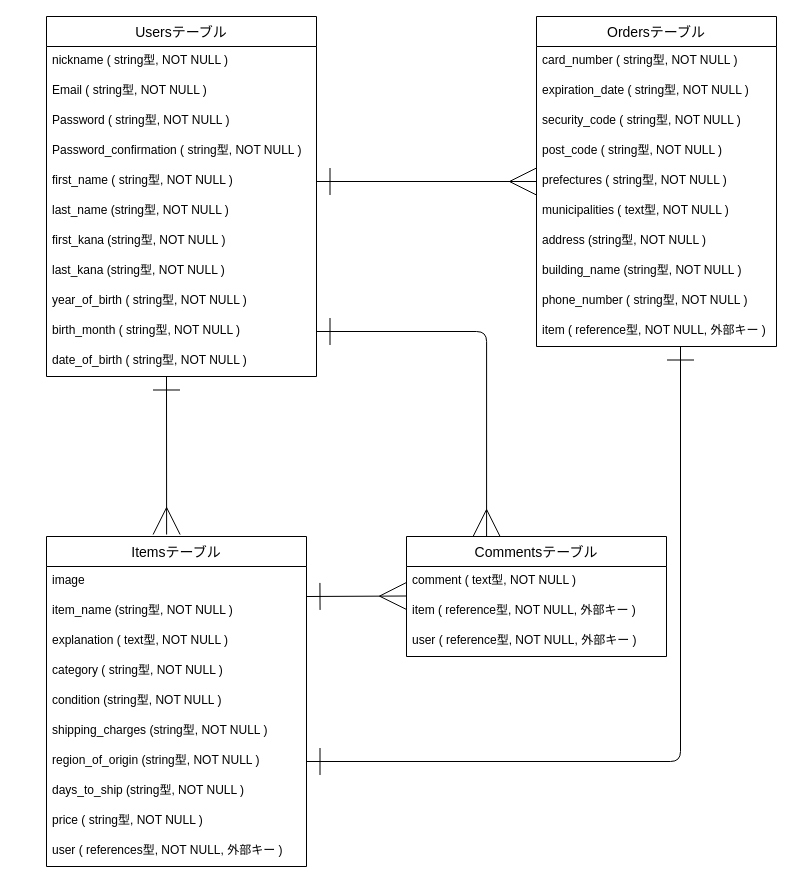
The draw.io diagram test.dio in mk-ci/furima-38573, before the edit. Source tidied: cells renumbered, new cells numbered last; positions are measured from the earlier drawing's top-left corner, leaving out a move shared by most shapes. Both pictures are drawn from the tidied source at 100%, with x=0, y=0 at pixel (46, 16).
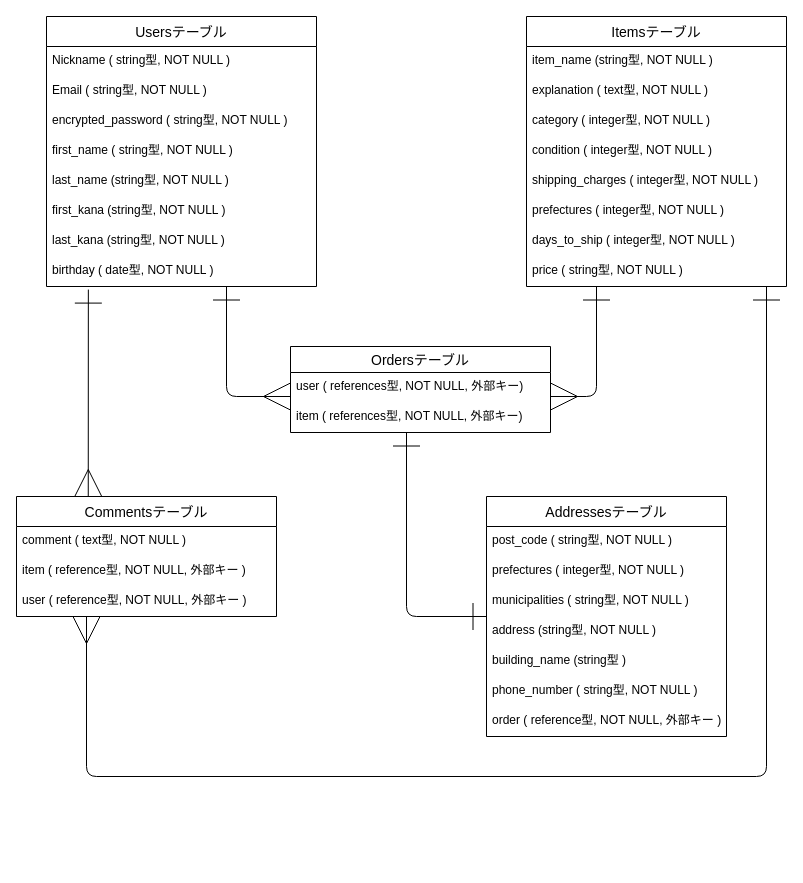
Above is the later version.

Commit message (it also covers changes not shown here):
データベース設計修正1

The edit, as a diff of the source:
```diff
@@
     <mxCell id="2" value="Usersテーブル" style="swimlane;fontStyle=0;horizontal=1;startSize=30;align=center;fontSize=14;" parent="1" vertex="1">
-      <mxGeometry width="270" height="360" as="geometry" />
+      <mxGeometry width="270" height="270" as="geometry" />
     </mxCell>
-    <mxCell id="3" value="nickname ( string型, NOT NULL )" style="text;strokeColor=none;fillColor=none;spacingLeft=4;spacingRight=4;overflow=hidden;fontSize=12;" parent="2" vertex="1">
+    <mxCell id="3" value="Nickname ( string型, NOT NULL )" style="text;strokeColor=none;fillColor=none;spacingLeft=4;spacingRight=4;overflow=hidden;fontSize=12;" parent="2" vertex="1">
       <mxGeometry y="30" width="270" height="30" as="geometry" />
     </mxCell>
@@
-    <mxCell id="5" value="Password ( string型, NOT NULL )" style="text;strokeColor=none;fillColor=none;spacingLeft=4;spacingRight=4;overflow=hidden;fontSize=12;" parent="2" vertex="1">
+    <mxCell id="5" value="encrypted_password ( string型, NOT NULL )" style="text;strokeColor=none;fillColor=none;spacingLeft=4;spacingRight=4;overflow=hidden;fontSize=12;" parent="2" vertex="1">
       <mxGeometry y="90" width="270" height="30" as="geometry" />
     </mxCell>
-    <mxCell id="6" value="Password_confirmation ( string型, NOT NULL )" style="text;strokeColor=none;fillColor=none;spacingLeft=4;spacingRight=4;overflow=hidden;fontSize=12;" parent="2" vertex="1">
-      <mxGeometry y="120" width="270" height="30" as="geometry" />
-    </mxCell>
     <mxCell id="7" value="first_name ( string型, NOT NULL )" style="text;strokeColor=none;fillColor=none;spacingLeft=4;spacingRight=4;overflow=hidden;points=[[0,0.5],[1,0.5]];portConstraint=eastwest;fontSize=12;" parent="2" vertex="1">
-      <mxGeometry y="150" width="270" height="30" as="geometry" />
+      <mxGeometry y="120" width="270" height="30" as="geometry" />
     </mxCell>
     <mxCell id="8" value="last_name (string型, NOT NULL )" style="text;strokeColor=none;fillColor=none;spacingLeft=4;spacingRight=4;overflow=hidden;fontSize=12;" parent="2" vertex="1">
-      <mxGeometry y="180" width="270" height="30" as="geometry" />
+      <mxGeometry y="150" width="270" height="30" as="geometry" />
     </mxCell>
     <mxCell id="9" value="first_kana (string型, NOT NULL )" style="text;strokeColor=none;fillColor=none;spacingLeft=4;spacingRight=4;overflow=hidden;fontSize=12;" parent="2" vertex="1">
-      <mxGeometry y="210" width="270" height="30" as="geometry" />
+      <mxGeometry y="180" width="270" height="30" as="geometry" />
     </mxCell>
     <mxCell id="10" value="last_kana (string型, NOT NULL )" style="text;strokeColor=none;fillColor=none;spacingLeft=4;spacingRight=4;overflow=hidden;fontSize=12;" parent="2" vertex="1">
-      <mxGeometry y="240" width="270" height="30" as="geometry" />
+      <mxGeometry y="210" width="270" height="30" as="geometry" />
     </mxCell>
-    <mxCell id="11" value="year_of_birth ( string型, NOT NULL )" style="text;strokeColor=none;fillColor=none;spacingLeft=4;spacingRight=4;overflow=hidden;points=[[0,0.5],[1,0.5]];portConstraint=eastwest;fontSize=12;" parent="2" vertex="1">
-      <mxGeometry y="270" width="270" height="30" as="geometry" />
+    <mxCell id="11" value="birthday ( date型, NOT NULL )" style="text;strokeColor=none;fillColor=none;spacingLeft=4;spacingRight=4;overflow=hidden;points=[[0,0.5],[1,0.5]];portConstraint=eastwest;fontSize=12;" parent="2" vertex="1">
+      <mxGeometry y="240" width="270" height="30" as="geometry" />
     </mxCell>
-    <mxCell id="12" value="birth_month ( string型, NOT NULL )" style="text;strokeColor=none;fillColor=none;spacingLeft=4;spacingRight=4;overflow=hidden;points=[[0,0.5],[1,0.5]];portConstraint=eastwest;fontSize=12;" parent="2" vertex="1">
-      <mxGeometry y="300" width="270" height="30" as="geometry" />
-    </mxCell>
-    <mxCell id="13" value="date_of_birth ( string型, NOT NULL )" style="text;strokeColor=none;fillColor=none;spacingLeft=4;spacingRight=4;overflow=hidden;fontSize=12;" parent="2" vertex="1">
-      <mxGeometry y="330" width="270" height="30" as="geometry" />
-    </mxCell>
     <mxCell id="14" value="Itemsテーブル" style="swimlane;fontStyle=0;horizontal=1;startSize=30;align=center;fontSize=14;" parent="1" vertex="1">
-      <mxGeometry y="520" width="260" height="330" as="geometry" />
+      <mxGeometry x="480" width="260" height="270" as="geometry" />
     </mxCell>
-    <mxCell id="15" value="image" style="text;strokeColor=none;fillColor=none;spacingLeft=4;spacingRight=4;overflow=hidden;fontSize=12;" parent="14" vertex="1">
-      <mxGeometry y="30" width="260" height="30" as="geometry" />
-    </mxCell>
     <mxCell id="16" value="item_name (string型, NOT NULL )" style="text;strokeColor=none;fillColor=none;spacingLeft=4;spacingRight=4;overflow=hidden;fontSize=12;" parent="14" vertex="1">
-      <mxGeometry y="60" width="260" height="30" as="geometry" />
+      <mxGeometry y="30" width="260" height="30" as="geometry" />
     </mxCell>
     <mxCell id="17" value="explanation ( text型, NOT NULL )" style="text;strokeColor=none;fillColor=none;spacingLeft=4;spacingRight=4;overflow=hidden;fontSize=12;" parent="14" vertex="1">
-      <mxGeometry y="90" width="260" height="30" as="geometry" />
+      <mxGeometry y="60" width="260" height="30" as="geometry" />
     </mxCell>
-    <mxCell id="18" value="category ( string型, NOT NULL )" style="text;strokeColor=none;fillColor=none;spacingLeft=4;spacingRight=4;overflow=hidden;fontSize=12;" parent="14" vertex="1">
-      <mxGeometry y="120" width="260" height="30" as="geometry" />
+    <mxCell id="18" value="category ( integer型, NOT NULL )" style="text;strokeColor=none;fillColor=none;spacingLeft=4;spacingRight=4;overflow=hidden;fontSize=12;" parent="14" vertex="1">
+      <mxGeometry y="90" width="260" height="30" as="geometry" />
     </mxCell>
-    <mxCell id="19" value="condition (string型, NOT NULL )" style="text;strokeColor=none;fillColor=none;spacingLeft=4;spacingRight=4;overflow=hidden;fontSize=12;" parent="14" vertex="1">
-      <mxGeometry y="150" width="260" height="30" as="geometry" />
+    <mxCell id="19" value="condition ( integer型, NOT NULL )" style="text;strokeColor=none;fillColor=none;spacingLeft=4;spacingRight=4;overflow=hidden;fontSize=12;" parent="14" vertex="1">
+      <mxGeometry y="120" width="260" height="30" as="geometry" />
     </mxCell>
-    <mxCell id="20" value="shipping_charges (string型, NOT NULL )" style="text;strokeColor=none;fillColor=none;spacingLeft=4;spacingRight=4;overflow=hidden;fontSize=12;" parent="14" vertex="1">
-      <mxGeometry y="180" width="260" height="30" as="geometry" />
+    <mxCell id="20" value="shipping_charges ( integer型, NOT NULL )" style="text;strokeColor=none;fillColor=none;spacingLeft=4;spacingRight=4;overflow=hidden;fontSize=12;" parent="14" vertex="1">
+      <mxGeometry y="150" width="260" height="30" as="geometry" />
     </mxCell>
-    <mxCell id="21" value="region_of_origin (string型, NOT NULL )" style="text;strokeColor=none;fillColor=none;spacingLeft=4;spacingRight=4;overflow=hidden;points=[[0,0.5],[1,0.5]];portConstraint=eastwest;fontSize=12;" parent="14" vertex="1">
-      <mxGeometry y="210" width="260" height="30" as="geometry" />
+    <mxCell id="21" value="prefectures ( integer型, NOT NULL )" style="text;strokeColor=none;fillColor=none;spacingLeft=4;spacingRight=4;overflow=hidden;points=[[0,0.5],[1,0.5]];portConstraint=eastwest;fontSize=12;" parent="14" vertex="1">
+      <mxGeometry y="180" width="260" height="30" as="geometry" />
     </mxCell>
-    <mxCell id="22" value="days_to_ship (string型, NOT NULL )" style="text;strokeColor=none;fillColor=none;spacingLeft=4;spacingRight=4;overflow=hidden;fontSize=12;" parent="14" vertex="1">
-      <mxGeometry y="240" width="260" height="30" as="geometry" />
+    <mxCell id="22" value="days_to_ship ( integer型, NOT NULL )" style="text;strokeColor=none;fillColor=none;spacingLeft=4;spacingRight=4;overflow=hidden;fontSize=12;" parent="14" vertex="1">
+      <mxGeometry y="210" width="260" height="30" as="geometry" />
     </mxCell>
     <mxCell id="23" value="price ( string型, NOT NULL )" style="text;strokeColor=none;fillColor=none;spacingLeft=4;spacingRight=4;overflow=hidden;fontSize=12;" parent="14" vertex="1">
-      <mxGeometry y="270" width="260" height="30" as="geometry" />
+      <mxGeometry y="240" width="260" height="30" as="geometry" />
     </mxCell>
-    <mxCell id="24" value="user ( references型, NOT NULL, 外部キー )" style="text;strokeColor=none;fillColor=none;spacingLeft=4;spacingRight=4;overflow=hidden;fontSize=12;" parent="14" vertex="1">
-      <mxGeometry y="300" width="260" height="30" as="geometry" />
-    </mxCell>
     <mxCell id="25" value="Commentsテーブル" style="swimlane;fontStyle=0;horizontal=1;startSize=30;align=center;fontSize=14;direction=east;" parent="1" vertex="1">
-      <mxGeometry x="360" y="520" width="260" height="120" as="geometry" />
+      <mxGeometry x="-30" y="480" width="260" height="120" as="geometry" />
     </mxCell>
@@
-    <mxCell id="29" value="Ordersテーブル" style="swimlane;fontStyle=0;horizontal=1;startSize=30;align=center;fontSize=14;" parent="1" vertex="1">
-      <mxGeometry x="490" width="240" height="330" as="geometry" />
+    <mxCell id="29" value="Addressesテーブル" style="swimlane;fontStyle=0;horizontal=1;startSize=30;align=center;fontSize=14;" parent="1" vertex="1">
+      <mxGeometry x="440" y="480" width="240" height="240" as="geometry" />
     </mxCell>
-    <mxCell id="30" value="card_number ( string型, NOT NULL )" style="text;strokeColor=none;fillColor=none;spacingLeft=4;spacingRight=4;overflow=hidden;fontSize=12;" parent="29" vertex="1">
-      <mxGeometry y="30" width="240" height="30" as="geometry" />
-    </mxCell>
-    <mxCell id="31" value="expiration_date ( string型, NOT NULL )" style="text;strokeColor=none;fillColor=none;spacingLeft=4;spacingRight=4;overflow=hidden;fontSize=12;" parent="29" vertex="1">
-      <mxGeometry y="60" width="240" height="30" as="geometry" />
-    </mxCell>
-    <mxCell id="32" value="security_code ( string型, NOT NULL )" style="text;strokeColor=none;fillColor=none;spacingLeft=4;spacingRight=4;overflow=hidden;fontSize=12;" parent="29" vertex="1">
-      <mxGeometry y="90" width="240" height="30" as="geometry" />
-    </mxCell>
     <mxCell id="33" value="post_code ( string型, NOT NULL )" style="text;strokeColor=none;fillColor=none;spacingLeft=4;spacingRight=4;overflow=hidden;fontSize=12;" parent="29" vertex="1">
-      <mxGeometry y="120" width="240" height="30" as="geometry" />
+      <mxGeometry y="30" width="240" height="30" as="geometry" />
     </mxCell>
-    <mxCell id="34" value="prefectures ( string型, NOT NULL )" style="text;strokeColor=none;fillColor=none;spacingLeft=4;spacingRight=4;overflow=hidden;points=[[0,0.5],[1,0.5]];portConstraint=eastwest;fontSize=12;" parent="29" vertex="1">
-      <mxGeometry y="150" width="240" height="30" as="geometry" />
+    <mxCell id="34" value="prefectures ( integer型, NOT NULL )" style="text;strokeColor=none;fillColor=none;spacingLeft=4;spacingRight=4;overflow=hidden;points=[[0,0.5],[1,0.5]];portConstraint=eastwest;fontSize=12;" parent="29" vertex="1">
+      <mxGeometry y="60" width="240" height="30" as="geometry" />
     </mxCell>
-    <mxCell id="35" value="municipalities ( text型, NOT NULL )" style="text;strokeColor=none;fillColor=none;spacingLeft=4;spacingRight=4;overflow=hidden;fontSize=12;" parent="29" vertex="1">
-      <mxGeometry y="180" width="240" height="30" as="geometry" />
+    <mxCell id="35" value="municipalities ( string型, NOT NULL )" style="text;strokeColor=none;fillColor=none;spacingLeft=4;spacingRight=4;overflow=hidden;fontSize=12;" parent="29" vertex="1">
+      <mxGeometry y="90" width="240" height="30" as="geometry" />
     </mxCell>
     <mxCell id="36" value="address (string型, NOT NULL )" style="text;strokeColor=none;fillColor=none;spacingLeft=4;spacingRight=4;overflow=hidden;fontSize=12;" parent="29" vertex="1">
-      <mxGeometry y="210" width="240" height="30" as="geometry" />
+      <mxGeometry y="120" width="240" height="30" as="geometry" />
     </mxCell>
-    <mxCell id="37" value="building_name (string型, NOT NULL )" style="text;strokeColor=none;fillColor=none;spacingLeft=4;spacingRight=4;overflow=hidden;fontSize=12;" parent="29" vertex="1">
-      <mxGeometry y="240" width="240" height="30" as="geometry" />
+    <mxCell id="37" value="building_name (string型 )" style="text;strokeColor=none;fillColor=none;spacingLeft=4;spacingRight=4;overflow=hidden;fontSize=12;" parent="29" vertex="1">
+      <mxGeometry y="150" width="240" height="30" as="geometry" />
     </mxCell>
     <mxCell id="38" value="phone_number ( string型, NOT NULL )" style="text;strokeColor=none;fillColor=none;spacingLeft=4;spacingRight=4;overflow=hidden;fontSize=12;" parent="29" vertex="1">
-      <mxGeometry y="270" width="240" height="30" as="geometry" />
+      <mxGeometry y="180" width="240" height="30" as="geometry" />
     </mxCell>
-    <mxCell id="39" value="item ( reference型, NOT NULL, 外部キー )" style="text;strokeColor=none;fillColor=none;spacingLeft=4;spacingRight=4;overflow=hidden;points=[[0,0.5],[1,0.5]];portConstraint=eastwest;fontSize=12;" parent="29" vertex="1">
-      <mxGeometry y="300" width="240" height="30" as="geometry" />
+    <mxCell id="39" value="order ( reference型, NOT NULL, 外部キー )" style="text;strokeColor=none;fillColor=none;spacingLeft=4;spacingRight=4;overflow=hidden;points=[[0,0.5],[1,0.5]];portConstraint=eastwest;fontSize=12;" parent="29" vertex="1">
+      <mxGeometry y="210" width="240" height="30" as="geometry" />
     </mxCell>
-    <mxCell id="40" style="edgeStyle=none;html=1;exitX=1;exitY=0.5;exitDx=0;exitDy=0;entryX=0;entryY=0.5;entryDx=0;entryDy=0;endArrow=ERmany;endFill=0;strokeWidth=1;startArrow=ERone;startFill=0;targetPerimeterSpacing=0;endSize=25;startSize=25;" parent="1" edge="1" source="7" target="34">
-      <mxGeometry relative="1" as="geometry" />
-    </mxCell>
-    <mxCell id="41" style="edgeStyle=none;html=1;endArrow=ERmany;endFill=0;startArrow=ERone;startFill=0;endSize=25;startSize=25;" parent="1" edge="1">
-      <mxGeometry relative="1" as="geometry">
-        <mxPoint x="260" y="580" as="sourcePoint" />
-        <mxPoint x="360" y="579.5" as="targetPoint" />
-      </mxGeometry>
-    </mxCell>
-    <mxCell id="42" style="edgeStyle=none;html=1;entryX=0.462;entryY=-0.006;entryDx=0;entryDy=0;startArrow=ERone;startFill=0;endArrow=ERmany;endFill=0;endSize=25;startSize=25;entryPerimeter=0;" parent="1" edge="1" target="14">
-      <mxGeometry relative="1" as="geometry">
-        <mxPoint x="120" y="360" as="sourcePoint" />
-      </mxGeometry>
-    </mxCell>
-    <mxCell id="43" style="edgeStyle=orthogonalEdgeStyle;html=1;exitX=1;exitY=0.5;exitDx=0;exitDy=0;startArrow=ERone;startFill=0;endArrow=ERmany;endFill=0;startSize=25;endSize=25;targetPerimeterSpacing=0;strokeWidth=1;entryX=0.308;entryY=0;entryDx=0;entryDy=0;entryPerimeter=0;" parent="1" edge="1" source="12" target="25">
-      <mxGeometry relative="1" as="geometry" />
-    </mxCell>
-    <mxCell id="44" style="edgeStyle=orthogonalEdgeStyle;html=1;exitX=1;exitY=0.5;exitDx=0;exitDy=0;entryX=0.6;entryY=1;entryDx=0;entryDy=0;entryPerimeter=0;startArrow=ERone;startFill=0;endArrow=ERone;endFill=0;startSize=25;endSize=25;targetPerimeterSpacing=0;strokeWidth=1;" parent="1" edge="1" source="21" target="39">
-      <mxGeometry relative="1" as="geometry" />
-    </mxCell>
+    <mxCell id="45" style="edgeStyle=orthogonalEdgeStyle;html=1;startArrow=ERone;startFill=0;endArrow=ERone;endFill=0;startSize=25;endSize=25;targetPerimeterSpacing=0;strokeWidth=1;" parent="1" edge="1" source="46" target="29">
+      <mxGeometry relative="1" as="geometry">
+        <Array as="points">
+          <mxPoint x="360" y="600" />
+        </Array>
+      </mxGeometry>
+    </mxCell>
+    <mxCell id="46" value="Ordersテーブル" style="swimlane;fontStyle=0;horizontal=1;startSize=26;align=center;fontSize=14;" parent="1" vertex="1">
+      <mxGeometry x="244" y="330" width="260" height="86" as="geometry" />
+    </mxCell>
+    <mxCell id="47" value="user ( references型, NOT NULL, 外部キー)" style="text;strokeColor=none;fillColor=none;spacingLeft=4;spacingRight=4;overflow=hidden;fontSize=12;" parent="46" vertex="1">
+      <mxGeometry y="26" width="260" height="30" as="geometry" />
+    </mxCell>
+    <mxCell id="48" value="item ( references型, NOT NULL, 外部キー)" style="text;strokeColor=none;fillColor=none;spacingLeft=4;spacingRight=4;overflow=hidden;fontSize=12;" parent="46" vertex="1">
+      <mxGeometry y="56" width="260" height="30" as="geometry" />
+    </mxCell>
+    <mxCell id="49" style="edgeStyle=orthogonalEdgeStyle;html=1;startArrow=ERone;startFill=0;endArrow=ERmany;endFill=0;startSize=25;endSize=25;targetPerimeterSpacing=0;strokeWidth=1;" parent="1" edge="1" source="2" target="46">
+      <mxGeometry relative="1" as="geometry">
+        <Array as="points">
+          <mxPoint x="180" y="380" />
+        </Array>
+      </mxGeometry>
+    </mxCell>
+    <mxCell id="50" style="edgeStyle=orthogonalEdgeStyle;html=1;startArrow=ERone;startFill=0;endArrow=ERmany;endFill=0;startSize=25;endSize=25;targetPerimeterSpacing=0;strokeWidth=1;" parent="1" edge="1" source="14" target="46">
+      <mxGeometry relative="1" as="geometry">
+        <Array as="points">
+          <mxPoint x="550" y="380" />
+        </Array>
+      </mxGeometry>
+    </mxCell>
+    <mxCell id="51" style="edgeStyle=orthogonalEdgeStyle;html=1;startArrow=ERone;startFill=0;endArrow=ERmany;endFill=0;startSize=25;endSize=25;targetPerimeterSpacing=0;strokeWidth=1;" parent="1" edge="1" source="14" target="25">
+      <mxGeometry relative="1" as="geometry">
+        <Array as="points">
+          <mxPoint x="720" y="760" />
+          <mxPoint x="40" y="760" />
+        </Array>
+      </mxGeometry>
+    </mxCell>
+    <mxCell id="52" style="edgeStyle=none;html=1;entryX=0.276;entryY=0;entryDx=0;entryDy=0;entryPerimeter=0;startArrow=ERone;startFill=0;endArrow=ERmany;endFill=0;startSize=25;endSize=25;targetPerimeterSpacing=0;strokeWidth=1;exitX=0.155;exitY=1.103;exitDx=0;exitDy=0;exitPerimeter=0;" parent="1" edge="1" source="11" target="25">
+      <mxGeometry relative="1" as="geometry" />
+    </mxCell>
```
